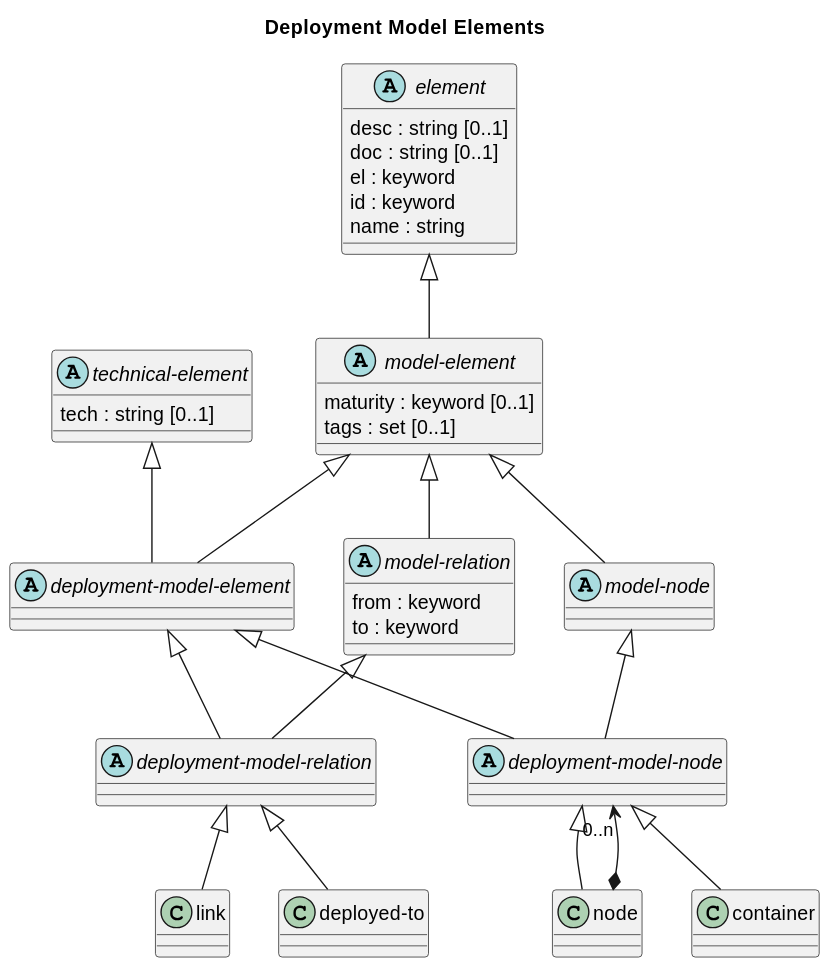
Before: doc/images/overarch/data-model/deployment-model-elements.svg, a diagram exported from PlantUML (soulspace-org/overarch).
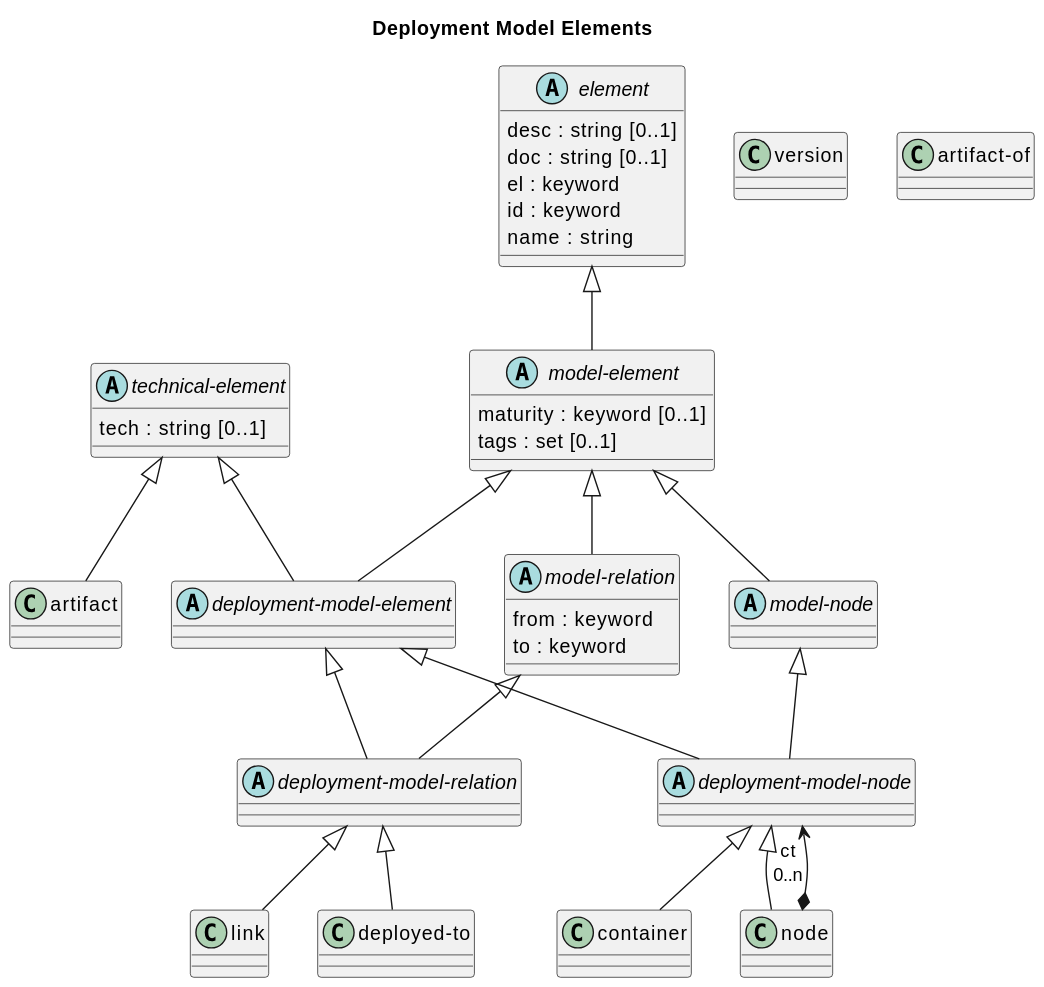
After the change.

Commit message:
update data model diagrams

The edit, as a diff of the source:
```diff
@@ -1,10 +1,28 @@
 @startuml
 title Deployment Model Elements
 
+class "artifact" as overarch_dataModel_artifact {}
+abstract class "deployment-model-relation" as overarch_dataModel_deploymentModelRelation {}
+class "link" as overarch_dataModel_link {}
+abstract class "model-element" as overarch_dataModel_modelElement {
+  maturity : keyword [0..1]
+  tags : set [0..1]
+}
+class "deployed-to" as overarch_dataModel_deployedTo {}
 abstract class "technical-element" as overarch_dataModel_technicalElement {
   tech : string [0..1]
 }
+class "version" as overarch_dataModel_version {}
+class "artifact-of" as overarch_dataModel_artifactOf {}
+class "container" as overarch_dataModel_container {}
+abstract class "deployment-model-node" as overarch_dataModel_deploymentModelNode {}
 class "node" as overarch_dataModel_node {}
+abstract class "model-node" as overarch_dataModel_modelNode {}
+abstract class "model-relation" as overarch_dataModel_modelRelation {
+  from : keyword
+  to : keyword
+}
+abstract class "deployment-model-element" as overarch_dataModel_deploymentModelElement {}
 abstract class "element" as overarch_dataModel_element {
   desc : string [0..1]
   doc : string [0..1]
@@ -12,27 +30,13 @@
   id : keyword
   name : string
 }
-abstract class "deployment-model-relation" as overarch_dataModel_deploymentModelRelation {}
-class "link" as overarch_dataModel_link {}
-class "deployed-to" as overarch_dataModel_deployedTo {}
-abstract class "deployment-model-node" as overarch_dataModel_deploymentModelNode {}
-abstract class "model-node" as overarch_dataModel_modelNode {}
-abstract class "model-relation" as overarch_dataModel_modelRelation {
-  from : keyword
-  to : keyword
-}
-abstract class "deployment-model-element" as overarch_dataModel_deploymentModelElement {}
-abstract class "model-element" as overarch_dataModel_modelElement {
-  maturity : keyword [0..1]
-  tags : set [0..1]
-}
-class "container" as overarch_dataModel_container {}
 overarch_dataModel_element <|-- overarch_dataModel_modelElement
 overarch_dataModel_modelRelation <|-- overarch_dataModel_deploymentModelRelation
 overarch_dataModel_modelElement <|-- overarch_dataModel_modelNode
-overarch_dataModel_node *-->  "0..n" overarch_dataModel_deploymentModelNode
+overarch_dataModel_node *-->  "ct\n0..n" overarch_dataModel_deploymentModelNode
 overarch_dataModel_modelElement <|-- overarch_dataModel_modelRelation
 overarch_dataModel_deploymentModelElement <|-- overarch_dataModel_deploymentModelNode
+overarch_dataModel_technicalElement <|-- overarch_dataModel_artifact
 overarch_dataModel_deploymentModelRelation <|-- overarch_dataModel_deployedTo
 overarch_dataModel_modelNode <|-- overarch_dataModel_deploymentModelNode
 overarch_dataModel_technicalElement <|-- overarch_dataModel_deploymentModelElement
```
